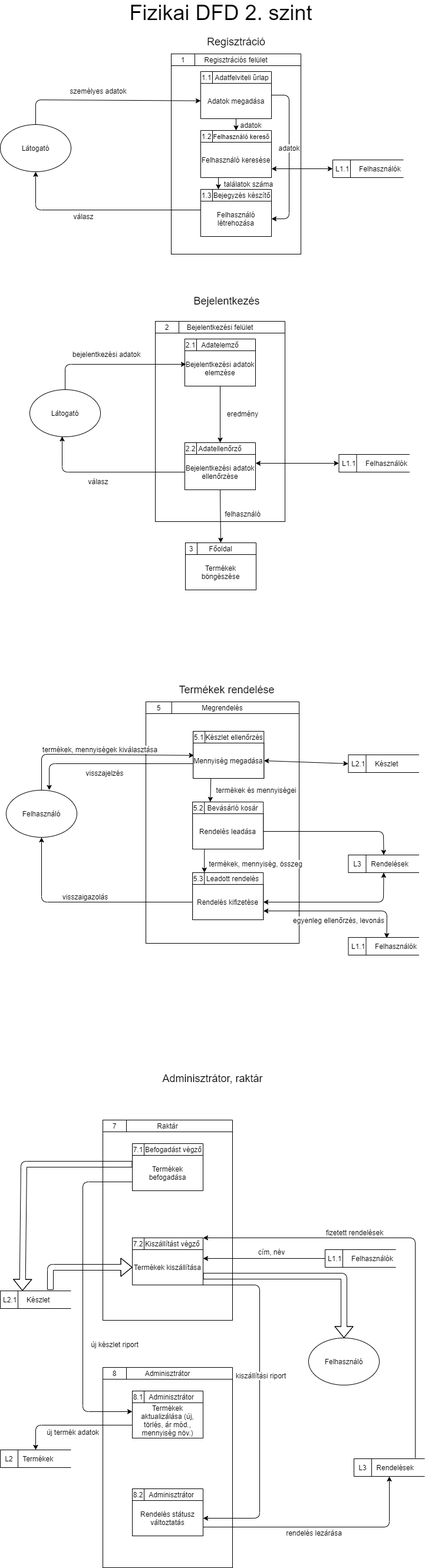
Before: WebShop/Dokumentáció/DFD_all-Fizikai 2.szint.png, a diagram exported from draw.io (szecsenyiferenc/adatbazisalapu-rendszerek). Source tidied: cells renumbered, new cells last; positions are measured from the earlier drawing's top-left corner, leaving out a move shared by most shapes.
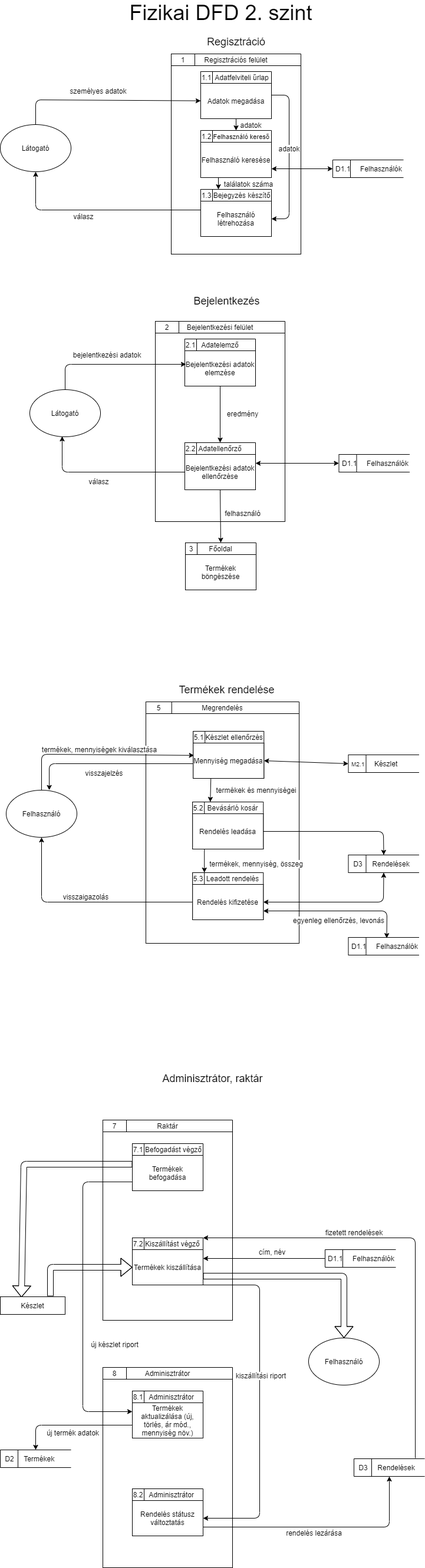
After the commit.

Diff of the diagram source:
```diff
@@ -124,7 +124,7 @@
     <mxCell id="34" style="group;" parent="1" vertex="1">
       <mxGeometry x="564" y="270" width="120" height="30" as="geometry" />
     </mxCell>
-    <mxCell id="35" value="L1.1&amp;nbsp; &amp;nbsp; &amp;nbsp;Felhasználók" style="html=1;dashed=0;whitespace=wrap;shape=mxgraph.dfd.dataStoreID;align=left;spacingLeft=3;points=[[0,0],[0.5,0],[1,0],[0,0.5],[1,0.5],[0,1],[0.5,1],[1,1]];fontSize=12;" parent="34" vertex="1">
+    <mxCell id="35" value="D1.1&amp;nbsp; &amp;nbsp; &amp;nbsp;Felhasználók" style="html=1;dashed=0;whitespace=wrap;shape=mxgraph.dfd.dataStoreID;align=left;spacingLeft=3;points=[[0,0],[0.5,0],[1,0],[0,0.5],[1,0.5],[0,1],[0.5,1],[1,1]];fontSize=12;" parent="34" vertex="1">
       <mxGeometry width="120" height="30" as="geometry" />
     </mxCell>
     <mxCell id="36" value="Regisztráció" style="text;html=1;strokeColor=none;fillColor=none;align=center;verticalAlign=middle;whiteSpace=wrap;rounded=0;fontSize=18;" parent="1" vertex="1">
@@ -222,7 +222,7 @@
     <mxCell id="62" style="group;" parent="1" vertex="1">
       <mxGeometry x="574.5" y="770" width="120" height="30" as="geometry" />
     </mxCell>
-    <mxCell id="63" value="L1.1&amp;nbsp; &amp;nbsp; &amp;nbsp;Felhasználók" style="html=1;dashed=0;whitespace=wrap;shape=mxgraph.dfd.dataStoreID;align=left;spacingLeft=3;points=[[0,0],[0.5,0],[1,0],[0,0.5],[1,0.5],[0,1],[0.5,1],[1,1]];fontSize=12;" parent="62" vertex="1">
+    <mxCell id="63" value="D1.1&amp;nbsp; &amp;nbsp; &amp;nbsp;Felhasználók" style="html=1;dashed=0;whitespace=wrap;shape=mxgraph.dfd.dataStoreID;align=left;spacingLeft=3;points=[[0,0],[0.5,0],[1,0],[0,0.5],[1,0.5],[0,1],[0.5,1],[1,1]];fontSize=12;" parent="62" vertex="1">
       <mxGeometry width="120" height="30" as="geometry" />
     </mxCell>
     <mxCell id="64" style="group;" parent="1" vertex="1">
@@ -345,7 +345,7 @@
     <mxCell id="99" style="group;" parent="1" vertex="1">
       <mxGeometry x="590.5" y="1280" width="120" height="30" as="geometry" />
     </mxCell>
-    <mxCell id="100" value="L2.1&amp;nbsp; &amp;nbsp; &amp;nbsp;Készlet" style="html=1;dashed=0;whitespace=wrap;shape=mxgraph.dfd.dataStoreID;align=left;spacingLeft=3;points=[[0,0],[0.5,0],[1,0],[0,0.5],[1,0.5],[0,1],[0.5,1],[1,1]];fontSize=12;" parent="99" vertex="1">
+    <mxCell id="100" value="&lt;font style=&quot;font-size: 10px&quot;&gt;M2.1&lt;/font&gt;&amp;nbsp; &amp;nbsp; &amp;nbsp;Készlet" style="html=1;dashed=0;whitespace=wrap;shape=mxgraph.dfd.dataStoreID;align=left;spacingLeft=3;points=[[0,0],[0.5,0],[1,0],[0,0.5],[1,0.5],[0,1],[0.5,1],[1,1]];fontSize=12;" parent="99" vertex="1">
       <mxGeometry width="120" height="30" as="geometry" />
     </mxCell>
     <mxCell id="101" style="endArrow=classic;startArrow=classic;html=1;fontSize=12;entryX=0;entryY=0.5;entryDx=0;entryDy=0;exitX=1;exitY=0.5;exitDx=0;exitDy=0;" parent="1" edge="1" source="80" target="100">
@@ -367,7 +367,7 @@
     <mxCell id="104" style="group;" parent="1" vertex="1">
       <mxGeometry x="590.5" y="1590" width="120" height="30" as="geometry" />
     </mxCell>
-    <mxCell id="105" value="L1.1&amp;nbsp; &amp;nbsp; &amp;nbsp;Felhasználók" style="html=1;dashed=0;whitespace=wrap;shape=mxgraph.dfd.dataStoreID;align=left;spacingLeft=3;points=[[0,0],[0.5,0],[1,0],[0,0.5],[1,0.5],[0,1],[0.5,1],[1,1]];fontSize=12;" parent="104" vertex="1">
+    <mxCell id="105" value="D1.1&amp;nbsp; &amp;nbsp; &amp;nbsp;Felhasználók" style="html=1;dashed=0;whitespace=wrap;shape=mxgraph.dfd.dataStoreID;align=left;spacingLeft=3;points=[[0,0],[0.5,0],[1,0],[0,0.5],[1,0.5],[0,1],[0.5,1],[1,1]];fontSize=12;" parent="104" vertex="1">
       <mxGeometry width="120" height="30" as="geometry" />
     </mxCell>
     <mxCell id="106" style="endArrow=classic;startArrow=classic;html=1;fontSize=12;exitX=1;exitY=0.75;exitDx=0;exitDy=0;entryX=0.542;entryY=0.041;entryDx=0;entryDy=0;entryPerimeter=0;" parent="1" edge="1" source="94" target="105">
@@ -394,7 +394,7 @@
         <mxPoint x="33.6" y="-10" as="offset" />
       </mxGeometry>
     </mxCell>
-    <mxCell id="110" value="&amp;nbsp;L3&amp;nbsp; &amp;nbsp; &amp;nbsp;Rendelések" style="html=1;dashed=0;whitespace=wrap;shape=mxgraph.dfd.dataStoreID;align=left;spacingLeft=3;points=[[0,0],[0.5,0],[1,0],[0,0.5],[1,0.5],[0,1],[0.5,1],[1,1]];fontSize=12;" parent="1" vertex="1">
+    <mxCell id="110" value="&amp;nbsp;D3&amp;nbsp; &amp;nbsp; &amp;nbsp;Rendelések" style="html=1;dashed=0;whitespace=wrap;shape=mxgraph.dfd.dataStoreID;align=left;spacingLeft=3;points=[[0,0],[0.5,0],[1,0],[0,0.5],[1,0.5],[0,1],[0.5,1],[1,1]];fontSize=12;" parent="1" vertex="1">
       <mxGeometry x="590.5" y="1450" width="120" height="30" as="geometry" />
     </mxCell>
     <mxCell id="111" style="endArrow=classic;html=1;entryX=0.5;entryY=0;entryDx=0;entryDy=0;exitX=1;exitY=0.5;exitDx=0;exitDy=0;" parent="1" edge="1" source="85" target="110">
@@ -504,16 +504,10 @@
     <mxCell id="143" value="Termékek kiszállítása" style="rounded=0;whiteSpace=wrap;html=1;fontSize=12;" parent="140" vertex="1">
       <mxGeometry y="20" width="120" height="60" as="geometry" />
     </mxCell>
-    <mxCell id="144" style="group;" parent="1" vertex="1">
-      <mxGeometry y="2190" width="120" height="30" as="geometry" />
-    </mxCell>
-    <mxCell id="145" value="L2.1&amp;nbsp; &amp;nbsp; &amp;nbsp;Készlet" style="html=1;dashed=0;whitespace=wrap;shape=mxgraph.dfd.dataStoreID;align=left;spacingLeft=3;points=[[0,0],[0.5,0],[1,0],[0,0.5],[1,0.5],[0,1],[0.5,1],[1,1]];fontSize=12;" parent="144" vertex="1">
-      <mxGeometry width="120" height="30" as="geometry" />
-    </mxCell>
-    <mxCell id="146" value="&amp;nbsp;L3&amp;nbsp; &amp;nbsp; &amp;nbsp;Rendelések" style="html=1;dashed=0;whitespace=wrap;shape=mxgraph.dfd.dataStoreID;align=left;spacingLeft=3;points=[[0,0],[0.5,0],[1,0],[0,0.5],[1,0.5],[0,1],[0.5,1],[1,1]];fontSize=12;" parent="1" vertex="1">
+    <mxCell id="146" value="&amp;nbsp;D3&amp;nbsp; &amp;nbsp; &amp;nbsp;Rendelések" style="html=1;dashed=0;whitespace=wrap;shape=mxgraph.dfd.dataStoreID;align=left;spacingLeft=3;points=[[0,0],[0.5,0],[1,0],[0,0.5],[1,0.5],[0,1],[0.5,1],[1,1]];fontSize=12;" parent="1" vertex="1">
       <mxGeometry x="600" y="2475" width="120" height="30" as="geometry" />
     </mxCell>
-    <mxCell id="147" value="&amp;nbsp;L2&amp;nbsp; &amp;nbsp; &amp;nbsp;Termékek" style="html=1;dashed=0;whitespace=wrap;shape=mxgraph.dfd.dataStoreID;align=left;spacingLeft=3;points=[[0,0],[0.5,0],[1,0],[0,0.5],[1,0.5],[0,1],[0.5,1],[1,1]];fontSize=12;" parent="1" vertex="1">
+    <mxCell id="147" value="&amp;nbsp;D2&amp;nbsp; &amp;nbsp; &amp;nbsp;Termékek" style="html=1;dashed=0;whitespace=wrap;shape=mxgraph.dfd.dataStoreID;align=left;spacingLeft=3;points=[[0,0],[0.5,0],[1,0],[0,0.5],[1,0.5],[0,1],[0.5,1],[1,1]];fontSize=12;" parent="1" vertex="1">
       <mxGeometry y="2460" width="120" height="30" as="geometry" />
     </mxCell>
     <mxCell id="148" style="endArrow=classic;html=1;exitX=1;exitY=1;exitDx=0;exitDy=0;entryX=1;entryY=0.5;entryDx=0;entryDy=0;" parent="1" edge="1" source="143" target="123">
@@ -560,7 +554,7 @@
     <mxCell id="155" style="group;" parent="1" vertex="1">
       <mxGeometry x="551" y="2120" width="120" height="30" as="geometry" />
     </mxCell>
-    <mxCell id="156" value="L1.1&amp;nbsp; &amp;nbsp; &amp;nbsp;Felhasználók" style="html=1;dashed=0;whitespace=wrap;shape=mxgraph.dfd.dataStoreID;align=left;spacingLeft=3;fontSize=12;" parent="155" vertex="1">
+    <mxCell id="156" value="D1.1&amp;nbsp; &amp;nbsp; &amp;nbsp;Felhasználók" style="html=1;dashed=0;whitespace=wrap;shape=mxgraph.dfd.dataStoreID;align=left;spacingLeft=3;fontSize=12;" parent="155" vertex="1">
       <mxGeometry width="120" height="30" as="geometry" />
     </mxCell>
     <mxCell id="157" style="endArrow=classic;html=1;entryX=1;entryY=0.25;entryDx=0;entryDy=0;" parent="1" edge="1" target="143">
@@ -604,19 +598,23 @@
         </Array>
       </mxGeometry>
     </mxCell>
-    <mxCell id="164" style="shape=flexArrow;endArrow=classic;html=1;fontSize=10;exitX=0.708;exitY=-0.056;exitDx=0;exitDy=0;exitPerimeter=0;entryX=0;entryY=0.5;entryDx=0;entryDy=0;" parent="1" edge="1" source="145" target="143">
+    <mxCell id="164" style="shape=flexArrow;endArrow=classic;html=1;fontSize=10;entryX=0;entryY=0.5;entryDx=0;entryDy=0;" parent="1" edge="1" target="143">
       <mxGeometry relative="1" as="geometry">
+        <mxPoint x="85" y="2199" as="sourcePoint" />
         <Array as="points">
           <mxPoint x="85" y="2150" />
         </Array>
       </mxGeometry>
     </mxCell>
-    <mxCell id="165" style="shape=flexArrow;endArrow=classic;html=1;fontSize=10;exitX=0;exitY=0.25;exitDx=0;exitDy=0;entryX=0.313;entryY=0;entryDx=0;entryDy=0;entryPerimeter=0;" parent="1" edge="1" source="138" target="145">
+    <mxCell id="165" style="shape=flexArrow;endArrow=classic;html=1;fontSize=10;exitX=0;exitY=0.25;exitDx=0;exitDy=0;entryX=0.326;entryY=0.033;entryDx=0;entryDy=0;entryPerimeter=0;" parent="1" edge="1" source="138" target="166">
       <mxGeometry relative="1" as="geometry">
         <Array as="points">
           <mxPoint x="40" y="1975" />
         </Array>
       </mxGeometry>
     </mxCell>
+    <mxCell id="166" value="Készlet" style="rounded=0;whiteSpace=wrap;html=1;" parent="1" vertex="1">
+      <mxGeometry y="2200" width="110" height="30" as="geometry" />
+    </mxCell>
   </root>
 </mxGraphModel>
```
